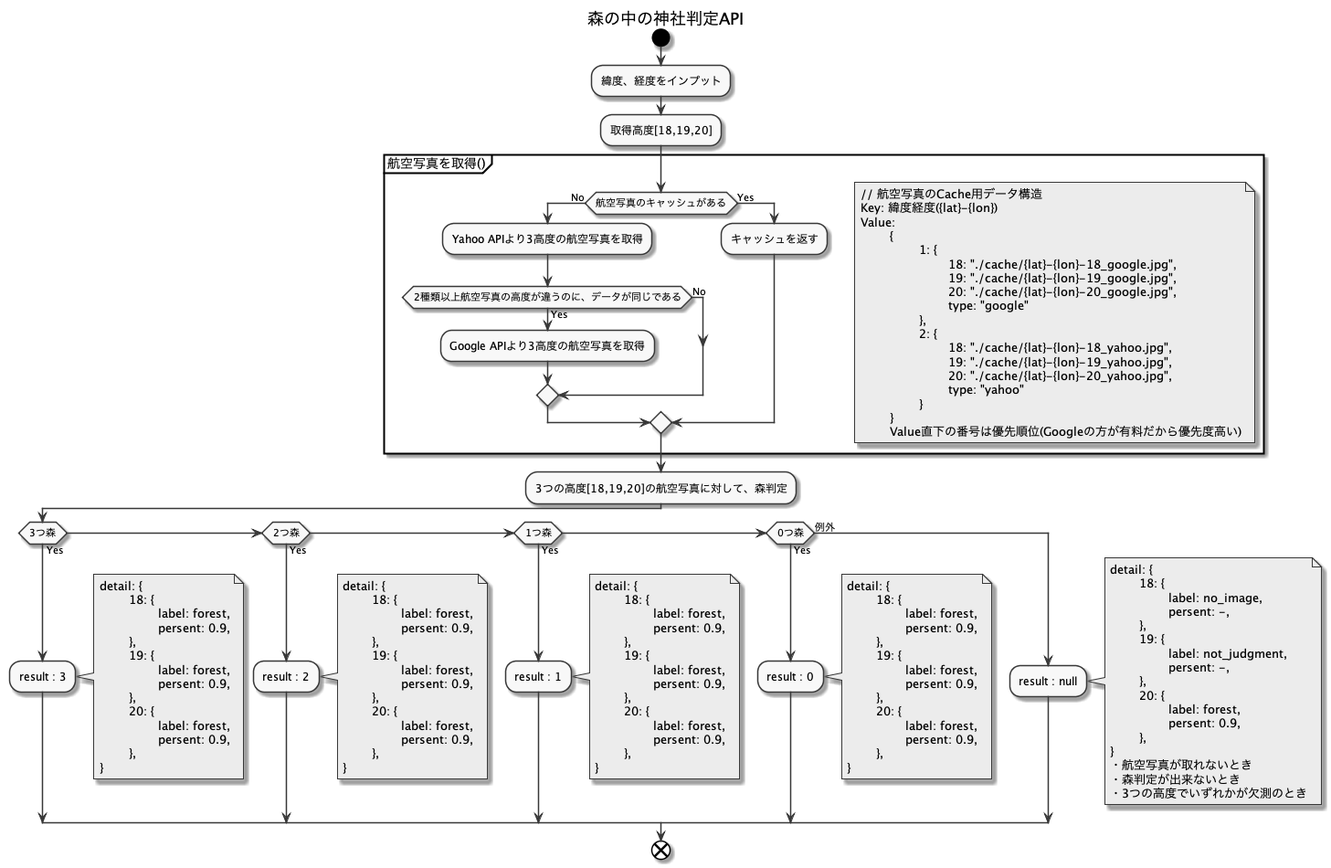
Earlier version of the PlantUML export doc/out/activity_diagram/森の中の神社判定API.png (oh-yeah-sea-kit2/search_jinja_in_the_forest). Source of this version:
```plantuml
@startuml

skinparam monochrome true
title 森の中の神社判定API



start
:緯度、経度をインプット;
:取得高度[18,19,20];
partition 航空写真を取得() {
	if (航空写真のキャッシュがある) then (No)
		:Yahoo APIより3高度の航空写真を取得;
		if (2種類以上航空写真の高度が違うのに、データが同じである) then (Yes)
			:Google APIより3高度の航空写真を取得;
		else (No)
		endif
	else (Yes)
		:キャッシュを返す;
	endif
}
note right
	// 航空写真のCache用データ構造
	Key: 緯度経度({lat}-{lon})
	Value:
		{
			1: {
				18: "./cache/{lat}-{lon}-18_google.jpg",
				19: "./cache/{lat}-{lon}-19_google.jpg",
				20: "./cache/{lat}-{lon}-20_google.jpg",
				type: "google"
			},
			2: {
				18: "./cache/{lat}-{lon}-18_yahoo.jpg",
				19: "./cache/{lat}-{lon}-19_yahoo.jpg",
				20: "./cache/{lat}-{lon}-20_yahoo.jpg",
				type: "yahoo"
			}
		}
		Value直下の番号は優先順位(Googleの方が有料だから優先度高い)
end note

:3つの高度[18,19,20]の航空写真に対して、森判定;

if (3つ森) then (Yes)
	:result : 3;
	note right
		detail: {
			18: {
				label: forest,
				persent: 0.9,
			},
			19: {
				label: forest,
				persent: 0.9,
			},
			20: {
				label: forest,
				persent: 0.9,
			},
		}
	end note
else if (2つ森) then (Yes)
	:result : 2;
	note right
		detail: {
			18: {
				label: forest,
				persent: 0.9,
			},
			19: {
				label: forest,
				persent: 0.9,
			},
			20: {
				label: forest,
				persent: 0.9,
			},
		}
	end note
else if (1つ森) then (Yes)
	:result : 1;
	note right
		detail: {
			18: {
				label: forest,
				persent: 0.9,
			},
			19: {
				label: forest,
				persent: 0.9,
			},
			20: {
				label: forest,
				persent: 0.9,
			},
		}
	end note
else if (0つ森) then (Yes)
	:result : 0;
	note right
		detail: {
			18: {
				label: forest,
				persent: 0.9,
			},
			19: {
				label: forest,
				persent: 0.9,
			},
			20: {
				label: forest,
				persent: 0.9,
			},
		}
	end note
else (例外)
	:result : null;
	note right
		detail: {
			18: {
				label: no_image,
				persent: -,
			},
			19: {
				label: not_judgment,
				persent: -,
			},
			20: {
				label: forest,
				persent: 0.9,
			},
		}
		・航空写真が取れないとき
		・森判定が出来ないとき
		・3つの高度でいずれかが欠測のとき
	end note
endif



end


@enduml
```
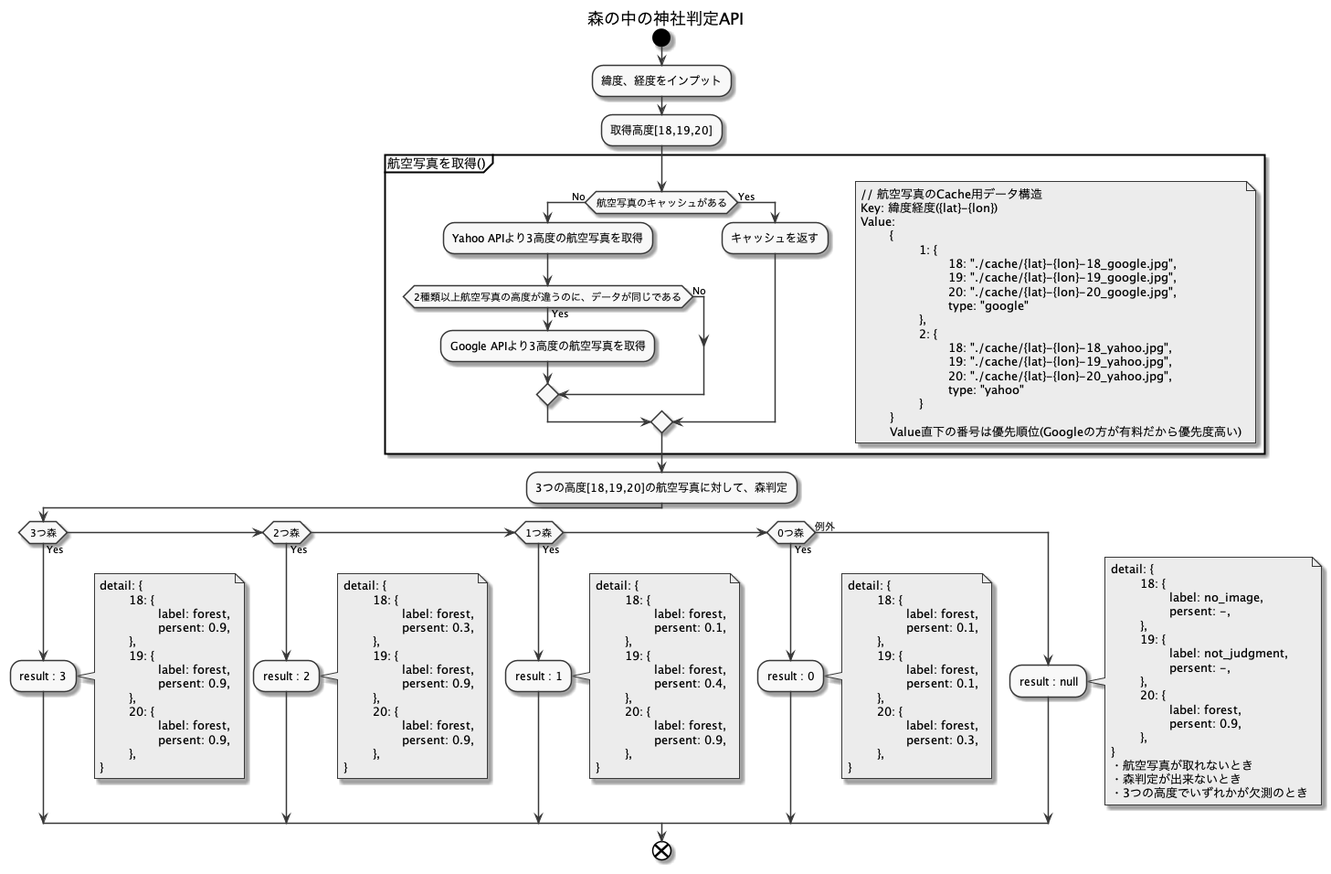
Above is the later version.

Commit message:
森判定のフローチャート図を修正

Diff of the diagram source:
```diff
@@ -66,7 +66,7 @@
 		detail: {
 			18: {
 				label: forest,
-				persent: 0.9,
+				persent: 0.3,
 			},
 			19: {
 				label: forest,
@@ -84,11 +84,11 @@
 		detail: {
 			18: {
 				label: forest,
-				persent: 0.9,
+				persent: 0.1,
 			},
 			19: {
 				label: forest,
-				persent: 0.9,
+				persent: 0.4,
 			},
 			20: {
 				label: forest,
@@ -102,15 +102,15 @@
 		detail: {
 			18: {
 				label: forest,
-				persent: 0.9,
+				persent: 0.1,
 			},
 			19: {
 				label: forest,
-				persent: 0.9,
+				persent: 0.1,
 			},
 			20: {
 				label: forest,
-				persent: 0.9,
+				persent: 0.3,
 			},
 		}
 	end note
```
